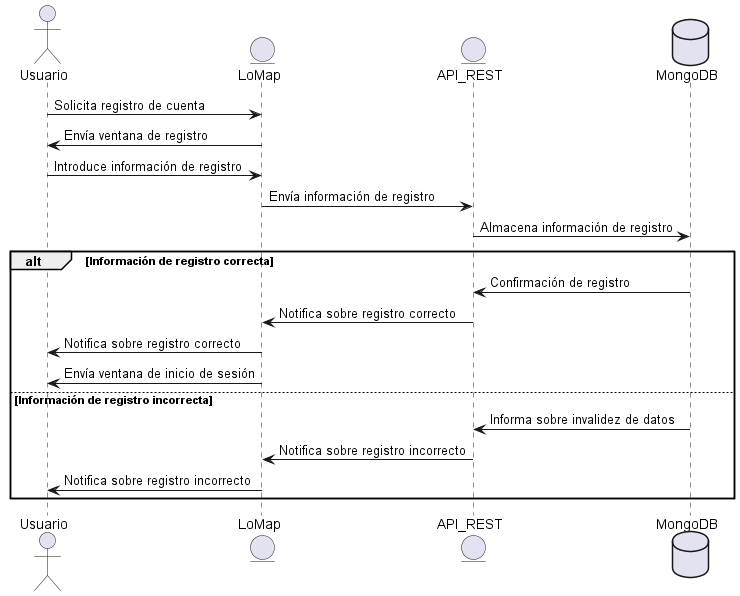
The PlantUML diagram images/Sequence diagram.png in Arquisoft/lomap_es3c, before a commit.
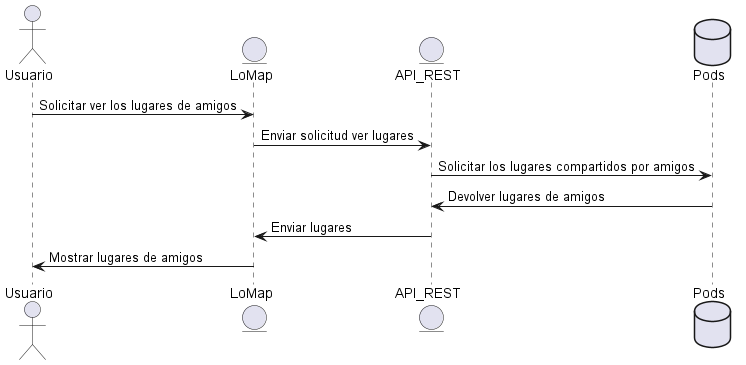
Later version of the same file.

Diff of the diagram source:
```diff
@@ -1,21 +1,12 @@
 @startuml
 actor Usuario
 entity LoMap
-Usuario -> LoMap: Solicita registro de cuenta
+Usuario -> LoMap: Solicitar ver los lugares de amigos
 entity API_REST
-database MongoDB as "MongoDB"
-LoMap-> Usuario: Envía ventana de registro
-Usuario -> LoMap: Introduce información de registro
-LoMap -> API_REST: Envía información de registro
-API_REST -> MongoDB: Almacena información de registro
-alt Información de registro correcta
-MongoDB-> API_REST : Confirmación de registro
-API_REST -> LoMap: Notifica sobre registro correcto
-LoMap-> Usuario: Notifica sobre registro correcto
-LoMap-> Usuario: Envía ventana de inicio de sesión
-else Información de registro incorrecta
-MongoDB-> API_REST: Informa sobre invalidez de datos
-API_REST -> LoMap: Notifica sobre registro incorrecto
-LoMap-> Usuario: Notifica sobre registro incorrecto
-end
+database Pod as "Pods"
+LoMap-> API_REST: Enviar solicitud ver lugares
+API_REST-> Pod: Solicitar los lugares compartidos por amigos
+Pod-> API_REST: Devolver lugares de amigos
+API_REST-> LoMap: Enviar lugares
+LoMap-> Usuario: Mostrar lugares de amigos
 @enduml
```
